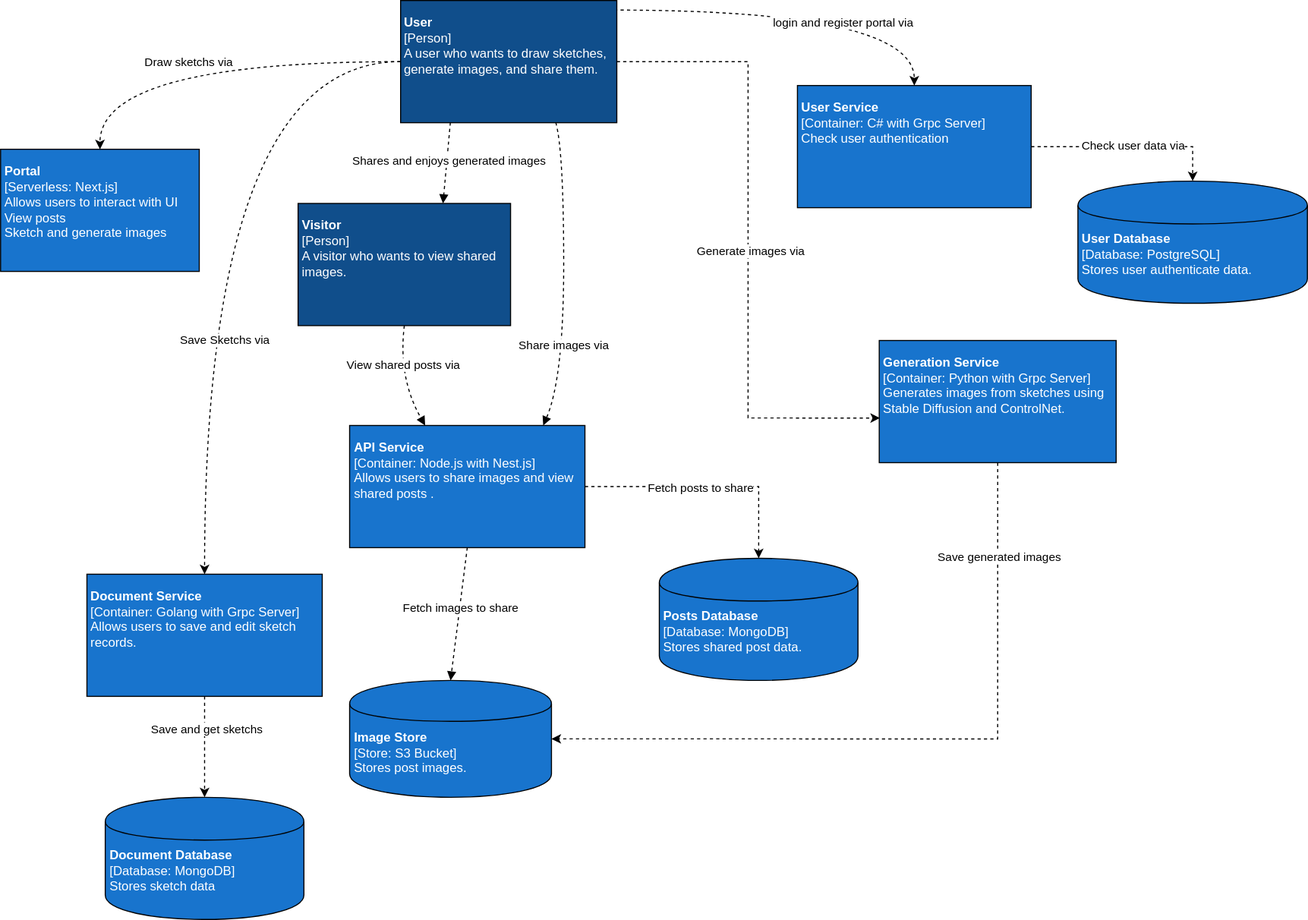
Earlier version of the draw.io export sketch-blend-container-diagram.drawio.svg (IsaacOrzDev/sketch-blend). Source tidied: cells renumbered, new cells last; positions are measured from the earlier drawing's top-left corner, leaving out a move shared by most shapes.
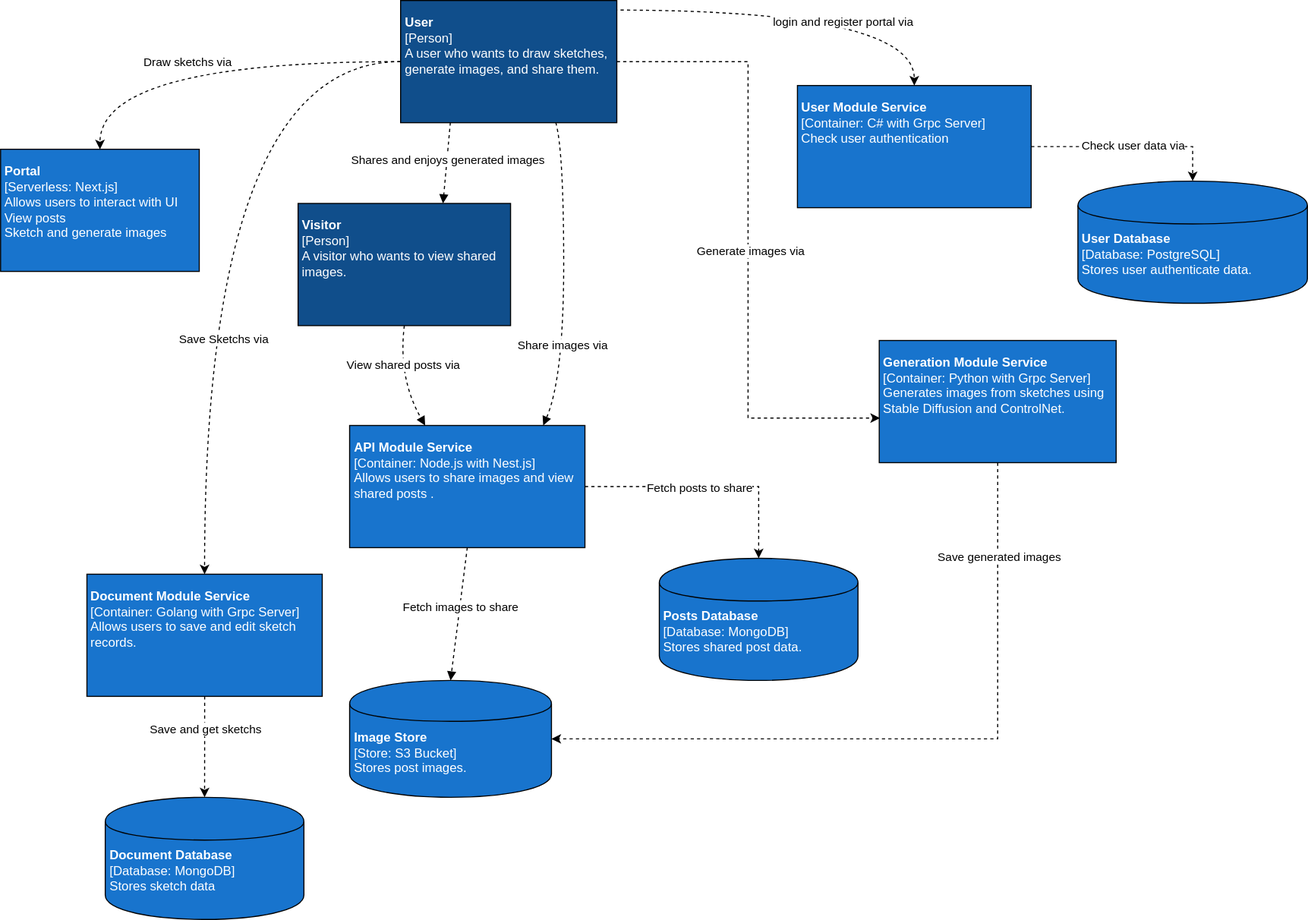
After the change.

The edit, as a diff of the source:
```diff
@@ -43,7 +43,7 @@
     <mxCell id="11" value="Save generated images" style="edgeLabel;html=1;align=center;verticalAlign=middle;" parent="10" vertex="1">
       <mxGeometry x="-0.74" y="1" relative="1" as="geometry" />
     </mxCell>
-    <mxCell id="12" value="&lt;p style=&quot;margin: 0px 0px 0px 4px; text-align: start; font-family: Helvetica; color: rgb(255, 255, 255);&quot;&gt;&lt;br&gt;&lt;b&gt;Generation Service&lt;/b&gt;&lt;br&gt;[Container: Python with Grpc Server]&lt;br&gt;Generates images from sketches using&lt;br&gt;Stable Diffusion and ControlNet.&lt;/p&gt;" style="verticalAlign=top;align=left;overflow=fill;html=1;rounded=0;shadow=0;comic=0;labelBackgroundColor=none;strokeColor=#000000;strokeWidth=1;fillColor=#1874cd;" parent="1" vertex="1">
+    <mxCell id="12" value="&lt;p style=&quot;margin: 0px 0px 0px 4px; text-align: start; font-family: Helvetica; color: rgb(255, 255, 255);&quot;&gt;&lt;br&gt;&lt;b&gt;Generation Module Service&lt;/b&gt;&lt;br&gt;[Container: Python with Grpc Server]&lt;br&gt;Generates images from sketches using&lt;br&gt;Stable Diffusion and ControlNet.&lt;/p&gt;" style="verticalAlign=top;align=left;overflow=fill;html=1;rounded=0;shadow=0;comic=0;labelBackgroundColor=none;strokeColor=#000000;strokeWidth=1;fillColor=#1874cd;" parent="1" vertex="1">
       <mxGeometry x="827" y="320" width="223" height="115" as="geometry" />
     </mxCell>
     <mxCell id="13" value="&lt;p style=&quot;margin: 0px 0px 0px 4px; text-align: start; font-family: Helvetica; color: rgb(255, 255, 255);&quot;&gt;&lt;br&gt;&lt;b&gt;Document Database&lt;/b&gt;&lt;br&gt;[Database: MongoDB]&lt;br&gt;Stores sketch data&lt;br&gt;&lt;/p&gt;" style="shape=cylinder;boundedLbl=1;backgroundOutline=1;verticalAlign=top;align=left;overflow=fill;html=1;rounded=0;shadow=0;comic=0;labelBackgroundColor=none;strokeColor=#000000;strokeWidth=1;fillColor=#1874cd;" parent="1" vertex="1">
@@ -55,7 +55,7 @@
     <mxCell id="15" value="Fetch posts to share" style="edgeLabel;html=1;align=center;verticalAlign=middle;" parent="14" vertex="1">
       <mxGeometry x="-0.07" y="-1" relative="1" as="geometry" />
     </mxCell>
-    <mxCell id="16" value="&lt;p style=&quot;margin: 0px 0px 0px 4px; text-align: start; font-family: Helvetica; color: rgb(255, 255, 255);&quot;&gt;&lt;font style=&quot;font-size: 12px;&quot;&gt;&lt;br&gt;&lt;b style=&quot;&quot;&gt;API Service&lt;/b&gt;&lt;br&gt;[Container: Node.js with Nest.js]&lt;/font&gt;&lt;/p&gt;&lt;p style=&quot;margin: 0px 0px 0px 4px; text-align: start; font-family: Helvetica; color: rgb(255, 255, 255);&quot;&gt;&lt;font style=&quot;font-size: 12px;&quot;&gt;Allows users to share images and view&lt;br&gt;shared posts&lt;/font&gt;&lt;span style=&quot;background-color: initial;&quot;&gt;.&lt;/span&gt;&lt;/p&gt;" style="verticalAlign=top;align=left;overflow=fill;html=1;rounded=0;shadow=0;comic=0;labelBackgroundColor=none;strokeColor=#000000;strokeWidth=1;fillColor=#1874cd;" parent="1" vertex="1">
+    <mxCell id="16" value="&lt;p style=&quot;margin: 0px 0px 0px 4px; text-align: start; font-family: Helvetica; color: rgb(255, 255, 255);&quot;&gt;&lt;font style=&quot;font-size: 12px;&quot;&gt;&lt;br&gt;&lt;b style=&quot;&quot;&gt;API Module Service&lt;/b&gt;&lt;br&gt;[Container: Node.js with Nest.js]&lt;/font&gt;&lt;/p&gt;&lt;p style=&quot;margin: 0px 0px 0px 4px; text-align: start; font-family: Helvetica; color: rgb(255, 255, 255);&quot;&gt;&lt;font style=&quot;font-size: 12px;&quot;&gt;Allows users to share images and view&lt;br&gt;shared posts&lt;/font&gt;&lt;span style=&quot;background-color: initial;&quot;&gt;.&lt;/span&gt;&lt;/p&gt;" style="verticalAlign=top;align=left;overflow=fill;html=1;rounded=0;shadow=0;comic=0;labelBackgroundColor=none;strokeColor=#000000;strokeWidth=1;fillColor=#1874cd;" parent="1" vertex="1">
       <mxGeometry x="328.5" y="400" width="221.5" height="115" as="geometry" />
     </mxCell>
     <mxCell id="17" value="&lt;p style=&quot;margin: 0px 0px 0px 4px; text-align: start; font-family: Helvetica; color: rgb(255, 255, 255);&quot;&gt;&lt;br&gt;&lt;b&gt;Posts Database&lt;/b&gt;&lt;br&gt;[Database: MongoDB]&lt;br&gt;Stores shared post data.&lt;br&gt;&lt;/p&gt;" style="shape=cylinder;boundedLbl=1;backgroundOutline=1;verticalAlign=top;align=left;overflow=fill;html=1;rounded=0;shadow=0;comic=0;labelBackgroundColor=none;strokeColor=#000000;strokeWidth=1;fillColor=#1874cd;" parent="1" vertex="1">
@@ -98,7 +98,7 @@
     <mxCell id="27" value="Check user data via" style="edgeLabel;html=1;align=center;verticalAlign=middle;" parent="26" vertex="1">
       <mxGeometry x="0.03" y="1" relative="1" as="geometry" />
     </mxCell>
-    <mxCell id="28" value="&lt;p style=&quot;margin: 0px 0px 0px 4px; text-align: start; font-family: Helvetica; color: rgb(255, 255, 255);&quot;&gt;&lt;br&gt;&lt;b&gt;User Service&lt;/b&gt;&lt;br&gt;[Container: C# with Grpc Server]&lt;br&gt;Check user authentication&lt;/p&gt;&lt;p style=&quot;margin: 0px 0px 0px 4px; text-align: start; font-family: Helvetica; color: rgb(255, 255, 255);&quot;&gt;&lt;br&gt;&lt;/p&gt;" style="verticalAlign=top;align=left;overflow=fill;html=1;rounded=0;shadow=0;comic=0;labelBackgroundColor=none;strokeColor=#000000;strokeWidth=1;fillColor=#1874cd;" parent="1" vertex="1">
+    <mxCell id="28" value="&lt;p style=&quot;margin: 0px 0px 0px 4px; text-align: start; font-family: Helvetica; color: rgb(255, 255, 255);&quot;&gt;&lt;br&gt;&lt;b&gt;User Module Service&lt;/b&gt;&lt;br&gt;[Container: C# with Grpc Server]&lt;br&gt;Check user authentication&lt;/p&gt;&lt;p style=&quot;margin: 0px 0px 0px 4px; text-align: start; font-family: Helvetica; color: rgb(255, 255, 255);&quot;&gt;&lt;br&gt;&lt;/p&gt;" style="verticalAlign=top;align=left;overflow=fill;html=1;rounded=0;shadow=0;comic=0;labelBackgroundColor=none;strokeColor=#000000;strokeWidth=1;fillColor=#1874cd;" parent="1" vertex="1">
       <mxGeometry x="750" y="80" width="220" height="115" as="geometry" />
     </mxCell>
     <mxCell id="29" style="edgeStyle=orthogonalEdgeStyle;rounded=0;jettySize=auto;html=1;entryX=0.5;entryY=0;entryDx=0;entryDy=0;dashed=1;" parent="1" edge="1" source="31" target="13">
@@ -107,7 +107,7 @@
     <mxCell id="30" value="Save and get sketchs" style="edgeLabel;html=1;align=center;verticalAlign=middle;" parent="29" vertex="1">
       <mxGeometry x="-0.35" y="1" relative="1" as="geometry" />
     </mxCell>
-    <mxCell id="31" value="&lt;p style=&quot;margin: 0px 0px 0px 4px; text-align: start; font-family: Helvetica; color: rgb(255, 255, 255);&quot;&gt;&lt;br&gt;&lt;b&gt;Document Service&lt;/b&gt;&lt;br&gt;[Container: Golang with Grpc Server]&lt;br&gt;Allows users to save and edit sketch&amp;nbsp;&lt;/p&gt;&lt;p style=&quot;margin: 0px 0px 0px 4px; text-align: start; font-family: Helvetica; color: rgb(255, 255, 255);&quot;&gt;records.&lt;/p&gt;" style="verticalAlign=top;align=left;overflow=fill;html=1;rounded=0;shadow=0;comic=0;labelBackgroundColor=none;strokeColor=#000000;strokeWidth=1;fillColor=#1874cd;" parent="1" vertex="1">
+    <mxCell id="31" value="&lt;p style=&quot;margin: 0px 0px 0px 4px; text-align: start; font-family: Helvetica; color: rgb(255, 255, 255);&quot;&gt;&lt;br&gt;&lt;b&gt;Document Module Service&lt;/b&gt;&lt;br&gt;[Container: Golang with Grpc Server]&lt;br&gt;Allows users to save and edit sketch&amp;nbsp;&lt;/p&gt;&lt;p style=&quot;margin: 0px 0px 0px 4px; text-align: start; font-family: Helvetica; color: rgb(255, 255, 255);&quot;&gt;records.&lt;/p&gt;" style="verticalAlign=top;align=left;overflow=fill;html=1;rounded=0;shadow=0;comic=0;labelBackgroundColor=none;strokeColor=#000000;strokeWidth=1;fillColor=#1874cd;" parent="1" vertex="1">
       <mxGeometry x="81.2" y="540" width="221.5" height="115" as="geometry" />
     </mxCell>
     <mxCell id="32" value="&lt;p style=&quot;margin: 0px 0px 0px 4px; text-align: start; font-family: Helvetica; color: rgb(255, 255, 255);&quot;&gt;&lt;font style=&quot;font-size: 12px;&quot;&gt;&lt;br&gt;&lt;b style=&quot;&quot;&gt;Portal&lt;/b&gt;&lt;br&gt;[Serverless: Next.js]&lt;br&gt;Allows users to interact with UI&lt;/font&gt;&lt;/p&gt;&lt;p style=&quot;margin: 0px 0px 0px 4px; text-align: start; font-family: Helvetica; color: rgb(255, 255, 255);&quot;&gt;&lt;font style=&quot;font-size: 12px;&quot;&gt;View posts&lt;/font&gt;&lt;/p&gt;&lt;p style=&quot;margin: 0px 0px 0px 4px; text-align: start; font-family: Helvetica; color: rgb(255, 255, 255);&quot;&gt;&lt;font style=&quot;font-size: 12px;&quot;&gt;Sketch and generate images&lt;/font&gt;&lt;/p&gt;" style="verticalAlign=top;align=left;overflow=fill;html=1;rounded=0;shadow=0;comic=0;labelBackgroundColor=none;strokeColor=#000000;strokeWidth=1;fillColor=#1874cd;" parent="1" vertex="1">
```
